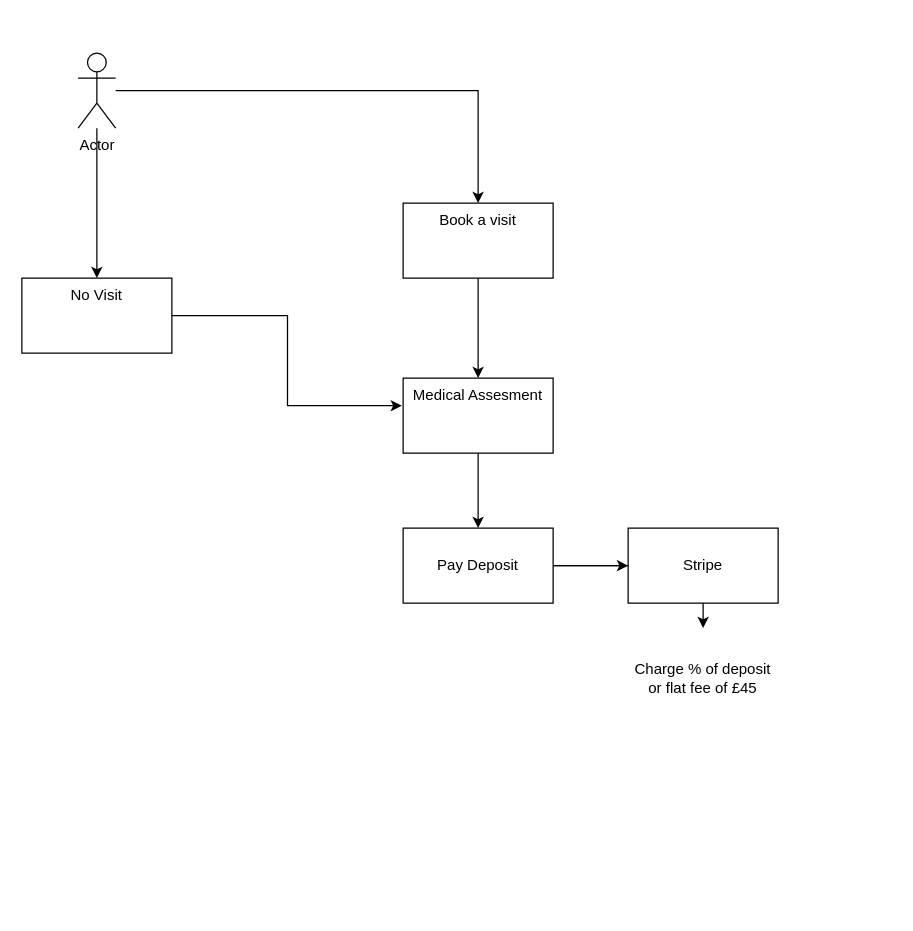
mattwatts36/drawings keeps this draw.io diagram as CarehomeHighLevelProcess.drawio. Above is the earlier version. Source tidied: cells renumbered, new cells numbered last; positions are measured from the earlier drawing's top-left corner, leaving out a move shared by most shapes. Both pictures are drawn from the tidied source at 125%, with x=0, y=0 at pixel (21, 52).
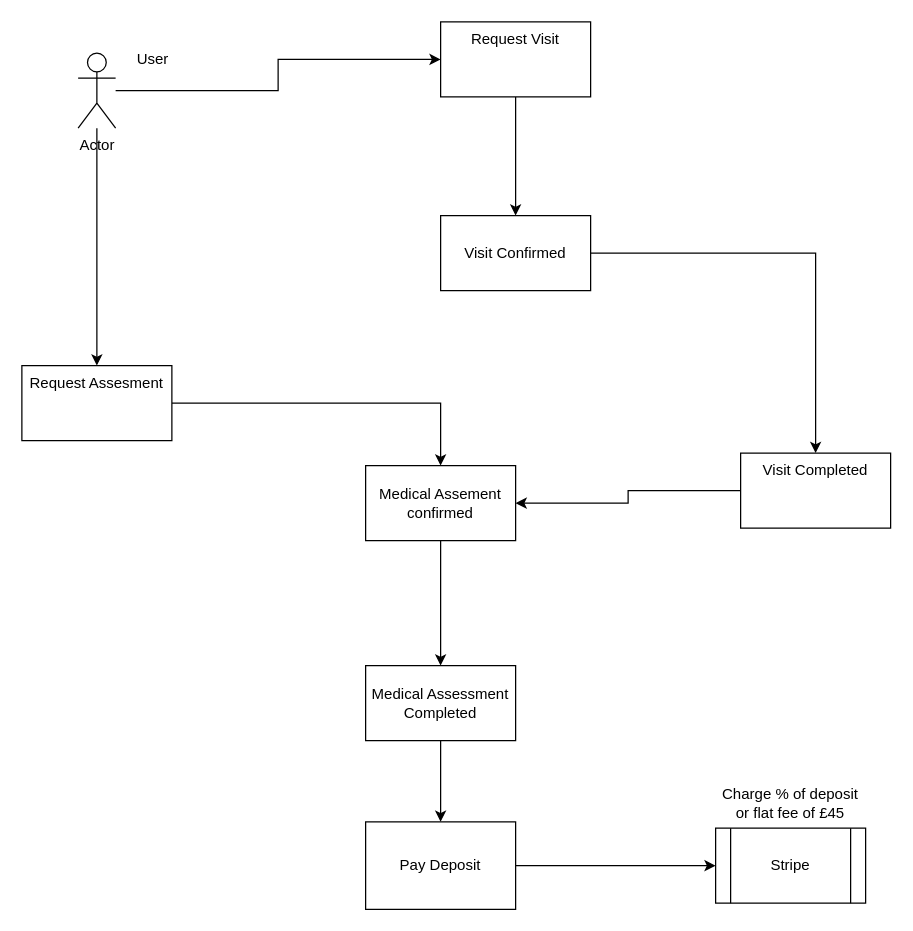
After the change.

Commit message:
Changed relevant statuses

The edit, as a diff of the source:
```diff
@@
-    <mxCell id="5" style="edgeStyle=orthogonalEdgeStyle;rounded=0;jettySize=auto;html=1;" parent="1" edge="1" source="7" target="14">
-      <mxGeometry relative="1" as="geometry" />
-    </mxCell>
@@
-    <mxCell id="7" value="Pay Deposit" style="rounded=0;whiteSpace=wrap;html=1;" parent="1" vertex="1">
-      <mxGeometry x="305" y="380" width="120" height="60" as="geometry" />
+    <mxCell id="7" value="Medical Assement confirmed" style="rounded=0;whiteSpace=wrap;html=1;" parent="1" vertex="1">
+      <mxGeometry x="275" y="330" width="120" height="60" as="geometry" />
     </mxCell>
-    <mxCell id="8" style="edgeStyle=orthogonalEdgeStyle;rounded=0;jettySize=auto;html=1;" parent="1" edge="1" source="9" target="13">
-      <mxGeometry relative="1" as="geometry" />
-    </mxCell>
+    <mxCell id="16" style="edgeStyle=orthogonalEdgeStyle;rounded=0;jettySize=auto;html=1;" parent="1" edge="1" source="9" target="21">
+      <mxGeometry relative="1" as="geometry" />
+    </mxCell>
-    <mxCell id="9" value="Book a visit" style="whiteSpace=wrap;html=1;verticalAlign=top;" parent="1" vertex="1">
-      <mxGeometry x="305" y="120" width="120" height="60" as="geometry" />
+    <mxCell id="9" value="Request Visit" style="whiteSpace=wrap;html=1;verticalAlign=top;" parent="1" vertex="1">
+      <mxGeometry x="335" y="-25" width="120" height="60" as="geometry" />
     </mxCell>
-    <mxCell id="10" style="edgeStyle=orthogonalEdgeStyle;rounded=0;jettySize=auto;html=1;entryX=-0.008;entryY=0.367;entryDx=0;entryDy=0;entryPerimeter=0;" parent="1" edge="1" source="11" target="13">
-      <mxGeometry relative="1" as="geometry" />
-    </mxCell>
+    <mxCell id="17" style="edgeStyle=orthogonalEdgeStyle;rounded=0;jettySize=auto;html=1;" parent="1" edge="1" source="11" target="7">
+      <mxGeometry relative="1" as="geometry" />
+    </mxCell>
-    <mxCell id="11" value="No Visit" style="whiteSpace=wrap;html=1;verticalAlign=top;" parent="1" vertex="1">
-      <mxGeometry y="180" width="120" height="60" as="geometry" />
+    <mxCell id="11" value="Request Assesment" style="whiteSpace=wrap;html=1;verticalAlign=top;" parent="1" vertex="1">
+      <mxGeometry y="250" width="120" height="60" as="geometry" />
     </mxCell>
@@
-    <mxCell id="13" value="Medical Assesment" style="whiteSpace=wrap;html=1;verticalAlign=top;" parent="1" vertex="1">
-      <mxGeometry x="305" y="260" width="120" height="60" as="geometry" />
+    <mxCell id="13" value="Visit Completed" style="whiteSpace=wrap;html=1;verticalAlign=top;" parent="1" vertex="1">
+      <mxGeometry x="575" y="320" width="120" height="60" as="geometry" />
     </mxCell>
     <mxCell id="14" value="Charge % of deposit or flat fee of £45" style="text;html=1;strokeColor=none;fillColor=none;align=center;verticalAlign=middle;whiteSpace=wrap;rounded=0;" parent="1" vertex="1">
-      <mxGeometry x="485" y="460" width="120" height="80" as="geometry" />
+      <mxGeometry x="555" y="560" width="120" height="80" as="geometry" />
     </mxCell>
+    <mxCell id="18" style="edgeStyle=orthogonalEdgeStyle;rounded=0;jettySize=auto;html=1;" parent="1" edge="1" source="15" target="24">
+      <mxGeometry relative="1" as="geometry" />
+    </mxCell>
-    <mxCell id="15" value="Stripe" style="whiteSpace=wrap;html=1;rounded=0;" parent="1" vertex="1">
-      <mxGeometry x="485" y="380" width="120" height="60" as="geometry" />
+    <mxCell id="15" value="Medical Assessment Completed" style="whiteSpace=wrap;html=1;rounded=0;" parent="1" vertex="1">
+      <mxGeometry x="275" y="490" width="120" height="60" as="geometry" />
     </mxCell>
+    <mxCell id="19" value="User" style="text;html=1;strokeColor=none;fillColor=none;align=center;verticalAlign=middle;whiteSpace=wrap;rounded=0;" parent="1" vertex="1">
+      <mxGeometry x="75" y="-10" width="60" height="30" as="geometry" />
+    </mxCell>
+    <mxCell id="20" style="edgeStyle=orthogonalEdgeStyle;rounded=0;jettySize=auto;html=1;" parent="1" edge="1" source="21" target="13">
+      <mxGeometry relative="1" as="geometry" />
+    </mxCell>
+    <mxCell id="21" value="Visit Confirmed" style="rounded=0;whiteSpace=wrap;html=1;" parent="1" vertex="1">
+      <mxGeometry x="335" y="130" width="120" height="60" as="geometry" />
+    </mxCell>
+    <mxCell id="22" value="Stripe" style="shape=process;whiteSpace=wrap;html=1;backgroundOutline=1;" parent="1" vertex="1">
+      <mxGeometry x="555" y="620" width="120" height="60" as="geometry" />
+    </mxCell>
+    <mxCell id="23" style="edgeStyle=orthogonalEdgeStyle;rounded=0;jettySize=auto;html=1;" parent="1" edge="1" source="24" target="22">
+      <mxGeometry relative="1" as="geometry" />
+    </mxCell>
+    <mxCell id="24" value="Pay Deposit" style="whiteSpace=wrap;html=1;rounded=0;" parent="1" vertex="1">
+      <mxGeometry x="275" y="615" width="120" height="70" as="geometry" />
+    </mxCell>
```
